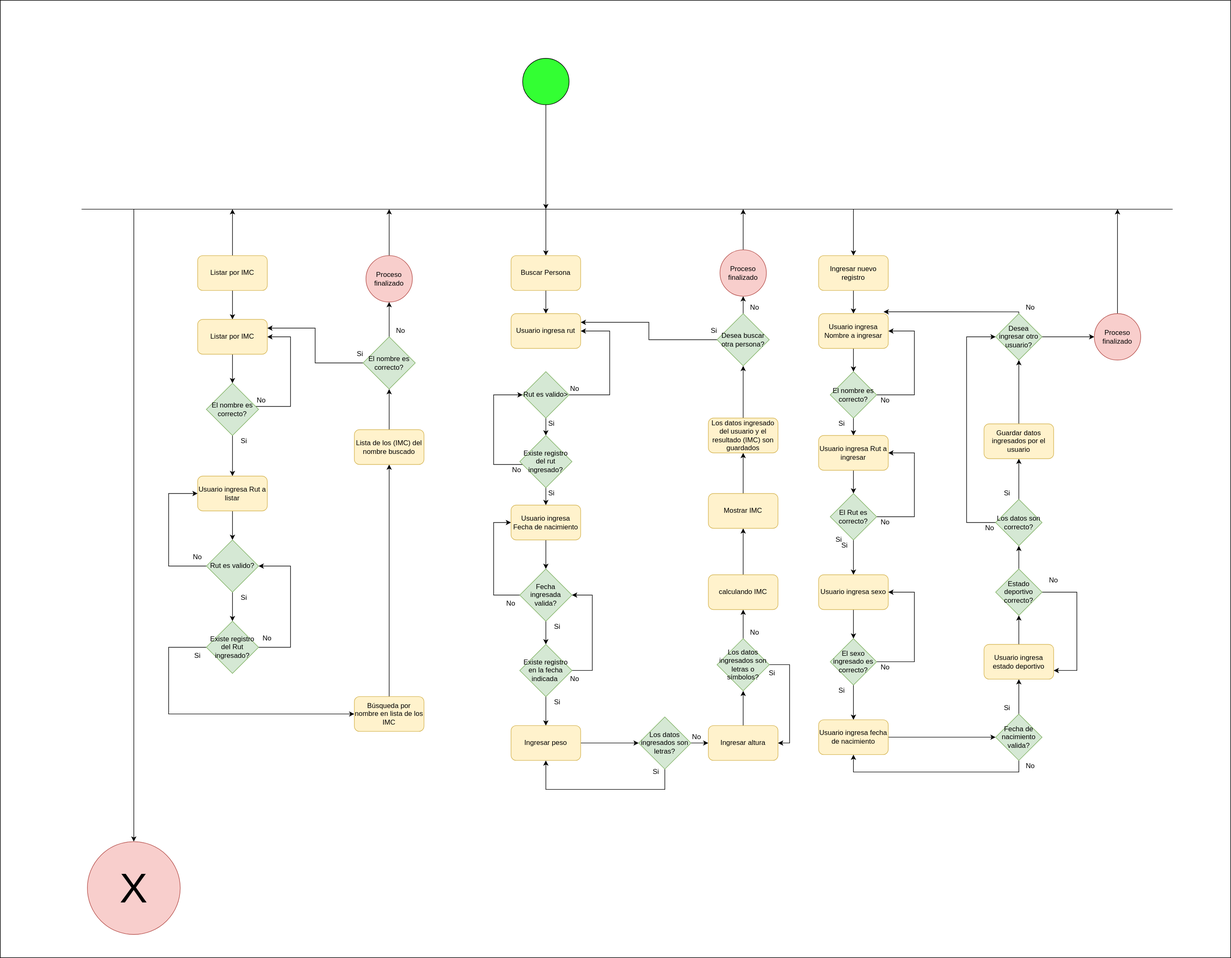
Earlier version of the draw.io export Diagramas/DiagActFuncionalidad.svg (MaxIbanez/Taller1P1_MI_JC). Source tidied: cells renumbered, new cells last; positions are measured from the earlier drawing's top-left corner, leaving out a move shared by most shapes.
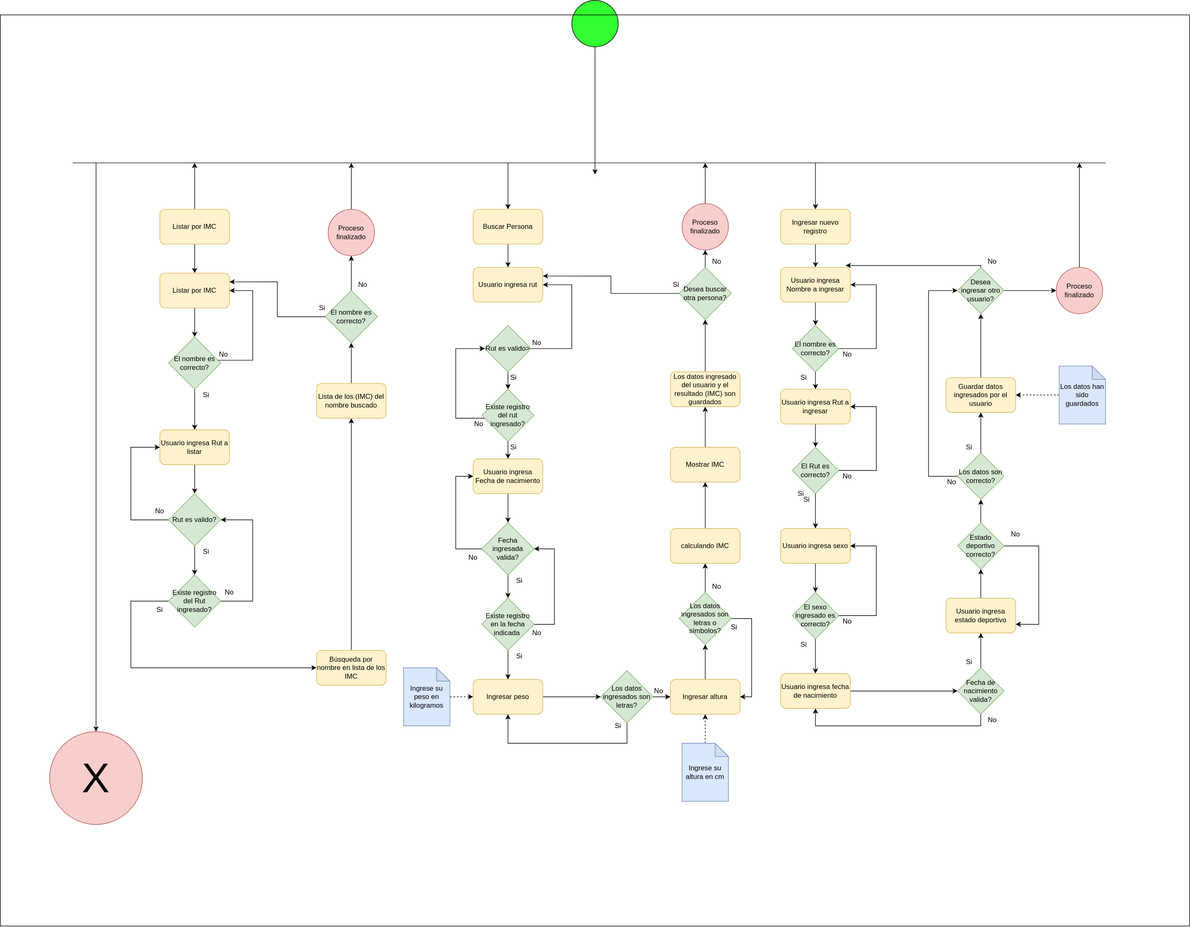
The same diagram one commit later.

What changed in the source:
```diff
@@ -4,22 +4,22 @@
     <mxCell id="1" parent="0" />
     <mxCell id="2" style="edgeStyle=orthogonalEdgeStyle;rounded=0;jettySize=auto;html=1;" parent="1" edge="1" source="3">
       <mxGeometry relative="1" as="geometry">
-        <mxPoint x="940" y="360" as="targetPoint" />
+        <mxPoint x="1090" y="380" as="targetPoint" />
         <Array as="points">
-          <mxPoint x="940" y="330" />
+          <mxPoint x="1090" y="140" />
         </Array>
       </mxGeometry>
     </mxCell>
     <mxCell id="3" style="ellipse;whiteSpace=wrap;html=1;fillColor=#33FF33;rounded=1;" parent="1" vertex="1">
-      <mxGeometry x="900" y="100" width="80" height="80" as="geometry" />
+      <mxGeometry x="1050" y="80" width="80" height="80" as="geometry" />
     </mxCell>
     <mxCell id="4" style="rounded=0;whiteSpace=wrap;html=1;fillColor=none;" parent="1" vertex="1">
-      <mxGeometry width="2120" height="1650" as="geometry" />
+      <mxGeometry x="65" y="105" width="2050" height="1570" as="geometry" />
     </mxCell>
     <mxCell id="5" style="endArrow=none;html=1;" parent="1" edge="1">
       <mxGeometry relative="1" as="geometry">
-        <mxPoint x="140" y="360" as="sourcePoint" />
-        <mxPoint x="2020" y="360" as="targetPoint" />
+        <mxPoint x="190" y="360" as="sourcePoint" />
+        <mxPoint x="1970" y="360" as="targetPoint" />
       </mxGeometry>
     </mxCell>
     <mxCell id="6" style="edgeStyle=orthogonalEdgeStyle;rounded=0;jettySize=auto;html=1;" parent="1" edge="1" source="8" target="15">
@@ -53,7 +53,7 @@
       </mxGeometry>
     </mxCell>
     <mxCell id="13" value="&lt;font style=&quot;font-size: 72px&quot;&gt;X&lt;/font&gt;" style="ellipse;whiteSpace=wrap;html=1;shadow=0;fillColor=#f8cecc;strokeColor=#b85450;" parent="1" vertex="1">
-      <mxGeometry x="150" y="1450" width="160" height="160" as="geometry" />
+      <mxGeometry x="150" y="1340" width="160" height="160" as="geometry" />
     </mxCell>
     <mxCell id="14" style="edgeStyle=orthogonalEdgeStyle;rounded=0;jettySize=auto;html=1;" parent="1" edge="1" source="15" target="11">
       <mxGeometry relative="1" as="geometry" />
@@ -541,5 +541,23 @@
     <mxCell id="144" value="No" style="text;html=1;strokeColor=none;fillColor=none;align=center;verticalAlign=middle;whiteSpace=wrap;rounded=0;shadow=0;" parent="1" vertex="1">
       <mxGeometry x="670" y="560" width="40" height="20" as="geometry" />
     </mxCell>
+    <mxCell id="145" style="edgeStyle=orthogonalEdgeStyle;rounded=0;jettySize=auto;html=1;dashed=1;" parent="1" edge="1" source="146" target="49">
+      <mxGeometry relative="1" as="geometry" />
+    </mxCell>
+    <mxCell id="146" value="Los datos han sido guardados" style="shape=note;whiteSpace=wrap;html=1;backgroundOutline=1;darkOpacity=0.05;shadow=0;fillColor=#dae8fc;strokeColor=#6c8ebf;size=23;" parent="1" vertex="1">
+      <mxGeometry x="1890" y="710" width="80" height="100" as="geometry" />
+    </mxCell>
+    <mxCell id="147" style="edgeStyle=orthogonalEdgeStyle;rounded=0;jettySize=auto;html=1;dashed=1;entryX=0.5;entryY=1;entryDx=0;entryDy=0;" parent="1" edge="1" source="148" target="95">
+      <mxGeometry relative="1" as="geometry" />
+    </mxCell>
+    <mxCell id="148" value="Ingrese su altura en cm" style="shape=note;whiteSpace=wrap;html=1;backgroundOutline=1;darkOpacity=0.05;shadow=0;fillColor=#dae8fc;strokeColor=#6c8ebf;size=23;" parent="1" vertex="1">
+      <mxGeometry x="1240" y="1360" width="80" height="100" as="geometry" />
+    </mxCell>
+    <mxCell id="149" style="edgeStyle=orthogonalEdgeStyle;rounded=0;jettySize=auto;html=1;dashed=1;entryX=0;entryY=0.5;entryDx=0;entryDy=0;" parent="1" edge="1" source="150" target="88">
+      <mxGeometry relative="1" as="geometry" />
+    </mxCell>
+    <mxCell id="150" value="Ingrese su peso en kilogramos" style="shape=note;whiteSpace=wrap;html=1;backgroundOutline=1;darkOpacity=0.05;shadow=0;fillColor=#dae8fc;strokeColor=#6c8ebf;size=23;" parent="1" vertex="1">
+      <mxGeometry x="760" y="1230" width="80" height="100" as="geometry" />
+    </mxCell>
   </root>
 </mxGraphModel>
```
